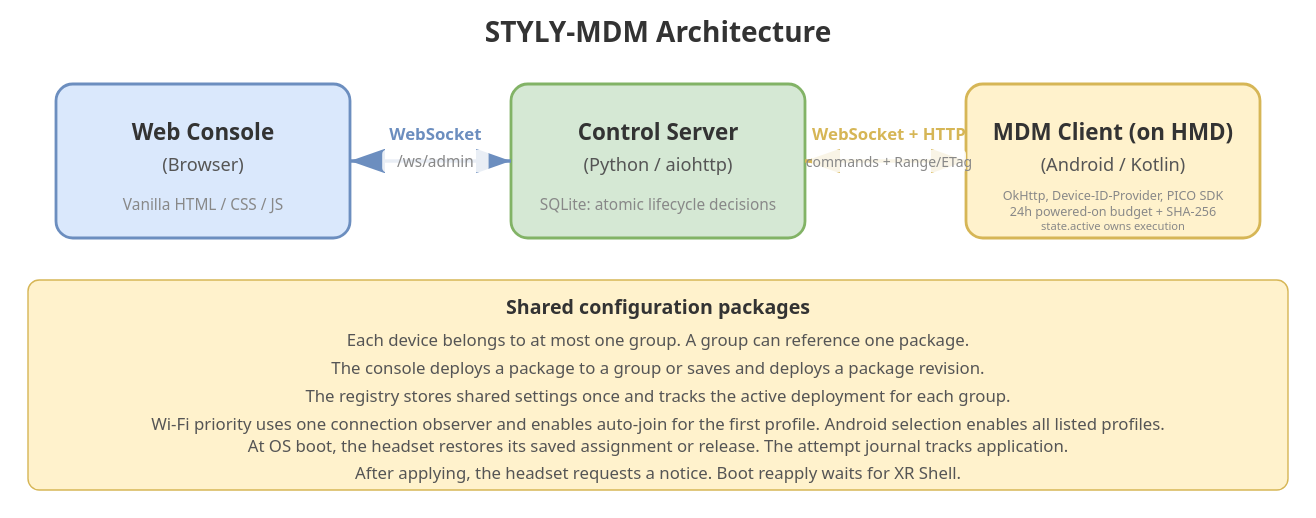
Before: docs/architecture.drawio.svg, a diagram exported from draw.io (styly-dev/STYLY-MDM). Source tidied: cells renumbered, new cells last; positions are measured from the earlier drawing's top-left corner, leaving out a move shared by most shapes. Source of this version:
```xml
<mxGraphModel>
  <root>
    <mxCell id="0" />
    <mxCell id="1" parent="0" />
    <mxCell id="2" style="rounded=1;whiteSpace=wrap;html=1;fillColor=#dae8fc;strokeColor=#6c8ebf;arcSize=10;" parent="1" vertex="1">
      <mxGeometry x="20" y="60" width="200" height="100" as="geometry" />
    </mxCell>
    <mxCell id="3" value="&lt;b&gt;Web Console&lt;/b&gt;&lt;br&gt;(Browser)" style="text;html=1;align=center;verticalAlign=middle;" parent="1" vertex="1">
      <mxGeometry x="75" y="85" width="90" height="50" as="geometry" />
    </mxCell>
    <mxCell id="4" value="Vanilla HTML / CSS / JS" style="text;html=1;align=center;verticalAlign=middle;fontColor=#666666;fontSize=10;" parent="1" vertex="1">
      <mxGeometry x="40" y="135" width="160" height="20" as="geometry" />
    </mxCell>
    <mxCell id="5" style="rounded=1;whiteSpace=wrap;html=1;fillColor=#d5e8d4;strokeColor=#82b366;arcSize=10;" parent="1" vertex="1">
      <mxGeometry x="340" y="60" width="220" height="100" as="geometry" />
    </mxCell>
    <mxCell id="6" value="&lt;b&gt;Control Server&lt;/b&gt;&lt;br&gt;(Python / aiohttp)" style="text;html=1;align=center;verticalAlign=middle;" parent="1" vertex="1">
      <mxGeometry x="385" y="85" width="130" height="50" as="geometry" />
    </mxCell>
    <mxCell id="7" value="SQLite: atomic lifecycle decisions" style="text;html=1;align=center;verticalAlign=middle;fontColor=#666666;fontSize=10;" parent="1" vertex="1">
      <mxGeometry x="370" y="135" width="160" height="20" as="geometry" />
    </mxCell>
    <mxCell id="8" style="rounded=1;whiteSpace=wrap;html=1;fillColor=#fff2cc;strokeColor=#d6b656;arcSize=10;" parent="1" vertex="1">
      <mxGeometry x="680" y="60" width="200" height="100" as="geometry" />
    </mxCell>
    <mxCell id="9" value="&lt;b&gt;MDM Client (on HMD)&lt;/b&gt;&lt;br&gt;(Android / Kotlin)" style="text;html=1;align=center;verticalAlign=middle;" parent="1" vertex="1">
      <mxGeometry x="720" y="85" width="120" height="50" as="geometry" />
    </mxCell>
    <mxCell id="10" value="OkHttp, PICO SDK; resumable SHA-256; 24h powered-on budget; durable apply gate" style="text;html=1;align=center;verticalAlign=middle;fontColor=#666666;fontSize=10;" parent="1" vertex="1">
      <mxGeometry x="685" y="135" width="190" height="20" as="geometry" />
    </mxCell>
    <mxCell id="11" style="edgeStyle=orthogonalEdgeStyle;rounded=0;jettySize=auto;containsPoints=1;endArrow=block;endFill=1;startArrow=block;startFill=1;strokeWidth=2;strokeColor=#6c8ebf;" parent="1" edge="1" source="2" target="5">
      <mxGeometry relative="1" as="geometry" />
    </mxCell>
    <mxCell id="12" value="WebSocket&lt;br&gt;&lt;font style=&quot;font-size:10px&quot;&gt;/ws/admin&lt;/font&gt;" style="edgeLabel;html=1;align=center;verticalAlign=middle;" parent="11" vertex="1">
      <mxGeometry x="-0.1" relative="1" as="geometry" />
    </mxCell>
    <mxCell id="13" style="edgeStyle=orthogonalEdgeStyle;rounded=0;jettySize=auto;containsPoints=1;endArrow=block;endFill=1;startArrow=block;startFill=1;strokeWidth=2;strokeColor=#d6b656;" parent="1" edge="1" source="5" target="8">
      <mxGeometry relative="1" as="geometry" />
    </mxCell>
    <mxCell id="14" value="WebSocket + HTTP&lt;br&gt;&lt;font style=&quot;font-size:10px&quot;&gt;commands + Range/ETag&lt;/font&gt;" style="edgeLabel;html=1;align=center;verticalAlign=middle;" parent="13" vertex="1">
      <mxGeometry x="-0.1" relative="1" as="geometry" />
    </mxCell>
    <mxCell id="15" value="&lt;font style=&quot;font-size:16px&quot;&gt;&lt;b&gt;STYLY-MDM Architecture&lt;/b&gt;&lt;/font&gt;" style="text;html=1;align=center;verticalAlign=middle;" parent="1" vertex="1">
      <mxGeometry x="330" width="240" height="40" as="geometry" />
    </mxCell>
    <mxCell id="16" value="&lt;b&gt;Shared configuration packages&lt;/b&gt;&lt;br&gt;Each device belongs to at most one group. A group can reference one package.&lt;br&gt;The console deploys a package to a group or saves and deploys a package revision.&lt;br&gt;The registry stores shared settings once and tracks the active deployment for each group.&lt;br&gt;Wi-Fi priority uses one connection observer and enables auto-join for the first profile. Android selection enables all listed profiles.&lt;br&gt;At OS boot, the headset restores its saved assignment or release. The attempt journal tracks application.&lt;br&gt;After applying, the headset requests a notice. Boot reapply waits for XR Shell." style="rounded=1;whiteSpace=wrap;html=1;fillColor=#fff2cc;strokeColor=#d6b656;fontSize=12;align=center;" parent="1" vertex="1">
      <mxGeometry y="180" width="900" height="150" as="geometry" />
    </mxCell>
  </root>
</mxGraphModel>
```
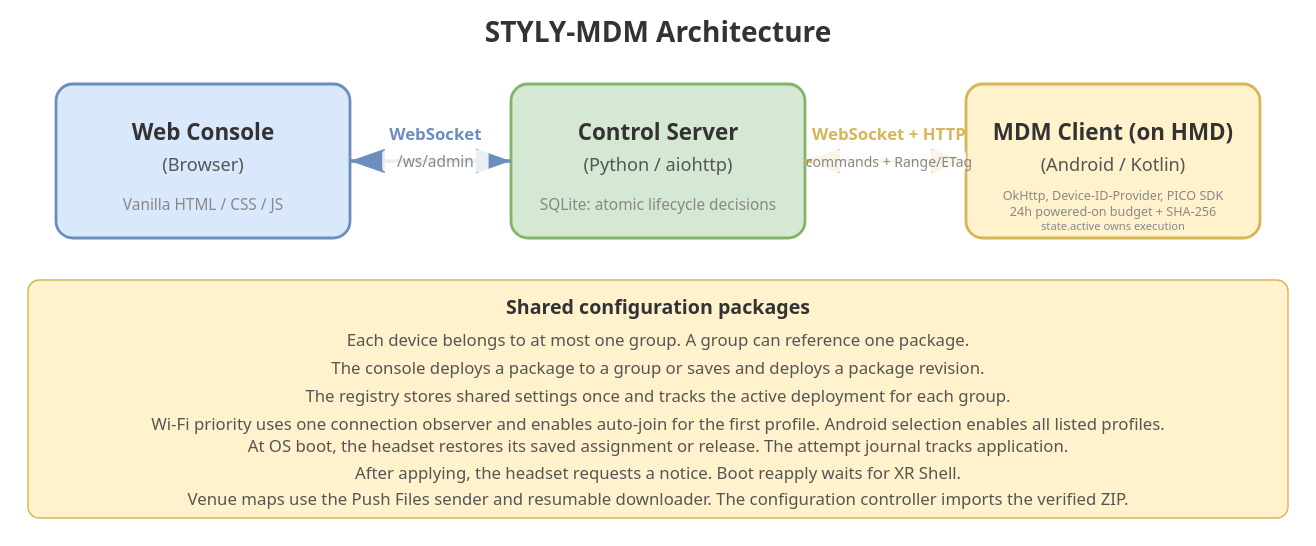
Above is the later version.

What changed in the source:
```diff
@@ -44,8 +44,8 @@
     <mxCell id="15" value="&lt;font style=&quot;font-size:16px&quot;&gt;&lt;b&gt;STYLY-MDM Architecture&lt;/b&gt;&lt;/font&gt;" style="text;html=1;align=center;verticalAlign=middle;" parent="1" vertex="1">
       <mxGeometry x="330" width="240" height="40" as="geometry" />
     </mxCell>
-    <mxCell id="16" value="&lt;b&gt;Shared configuration packages&lt;/b&gt;&lt;br&gt;Each device belongs to at most one group. A group can reference one package.&lt;br&gt;The console deploys a package to a group or saves and deploys a package revision.&lt;br&gt;The registry stores shared settings once and tracks the active deployment for each group.&lt;br&gt;Wi-Fi priority uses one connection observer and enables auto-join for the first profile. Android selection enables all listed profiles.&lt;br&gt;At OS boot, the headset restores its saved assignment or release. The attempt journal tracks application.&lt;br&gt;After applying, the headset requests a notice. Boot reapply waits for XR Shell." style="rounded=1;whiteSpace=wrap;html=1;fillColor=#fff2cc;strokeColor=#d6b656;fontSize=12;align=center;" parent="1" vertex="1">
-      <mxGeometry y="180" width="900" height="150" as="geometry" />
+    <mxCell id="16" value="&lt;b&gt;Shared configuration packages&lt;/b&gt;&lt;br&gt;Each device belongs to at most one group. A group can reference one package.&lt;br&gt;The console deploys a package to a group or saves and deploys a package revision.&lt;br&gt;The registry stores shared settings once and tracks the active deployment for each group.&lt;br&gt;Wi-Fi priority uses one connection observer and enables auto-join for the first profile. Android selection enables all listed profiles.&lt;br&gt;At OS boot, the headset restores its saved assignment or release. The attempt journal tracks application.&lt;br&gt;After applying, the headset requests a notice. Boot reapply waits for XR Shell.&lt;br&gt;Venue maps use the Push Files sender and resumable downloader. The configuration controller imports the verified ZIP." style="rounded=1;whiteSpace=wrap;html=1;fillColor=#fff2cc;strokeColor=#d6b656;fontSize=12;align=center;" parent="1" vertex="1">
+      <mxGeometry y="180" width="900" height="170" as="geometry" />
     </mxCell>
   </root>
 </mxGraphModel>
```
